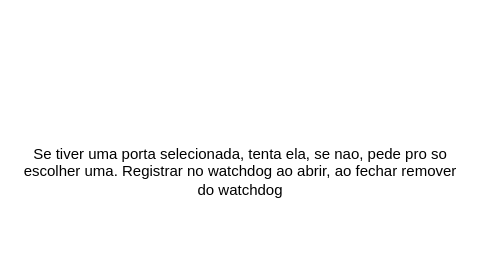
Before: page "Sockets" (7 of 7) of client-server.drawio in nico-ig/UDP-Video-Streaming, a draw.io diagram. Source tidied: cells renumbered, new cells numbered last; positions are measured from the earlier drawing's top-left corner, leaving out a move shared by most shapes. Both pictures are drawn from the tidied source at 125%, with x=0, y=0 at pixel (21, 96).
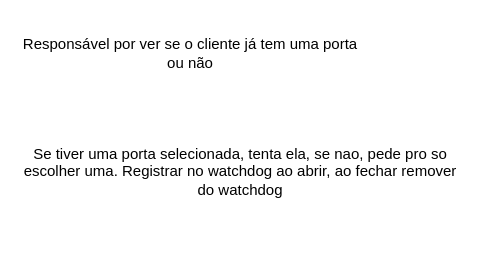
The same diagram, later.

The edit, as a diff of the source:
```diff
@@
 <mxGraphModel>
   <root>
     <mxCell id="0" />
     <mxCell id="1" parent="0" />
     <mxCell id="2" value="Se tiver uma porta selecionada, tenta ela, se nao, pede pro so escolher uma. Registrar no watchdog ao abrir, ao fechar remover do watchdog" style="text;html=1;strokeColor=none;fillColor=none;align=center;verticalAlign=middle;whiteSpace=wrap;rounded=0;" parent="1" vertex="1">
       <mxGeometry width="350" height="120" as="geometry" />
     </mxCell>
+    <mxCell id="3" value="Responsável por ver se o cliente já tem uma porta ou não" style="text;html=1;strokeColor=none;fillColor=none;align=center;verticalAlign=middle;whiteSpace=wrap;rounded=0;" parent="1" vertex="1">
+      <mxGeometry y="-60" width="270" height="50" as="geometry" />
+    </mxCell>
   </root>
 </mxGraphModel>
```
